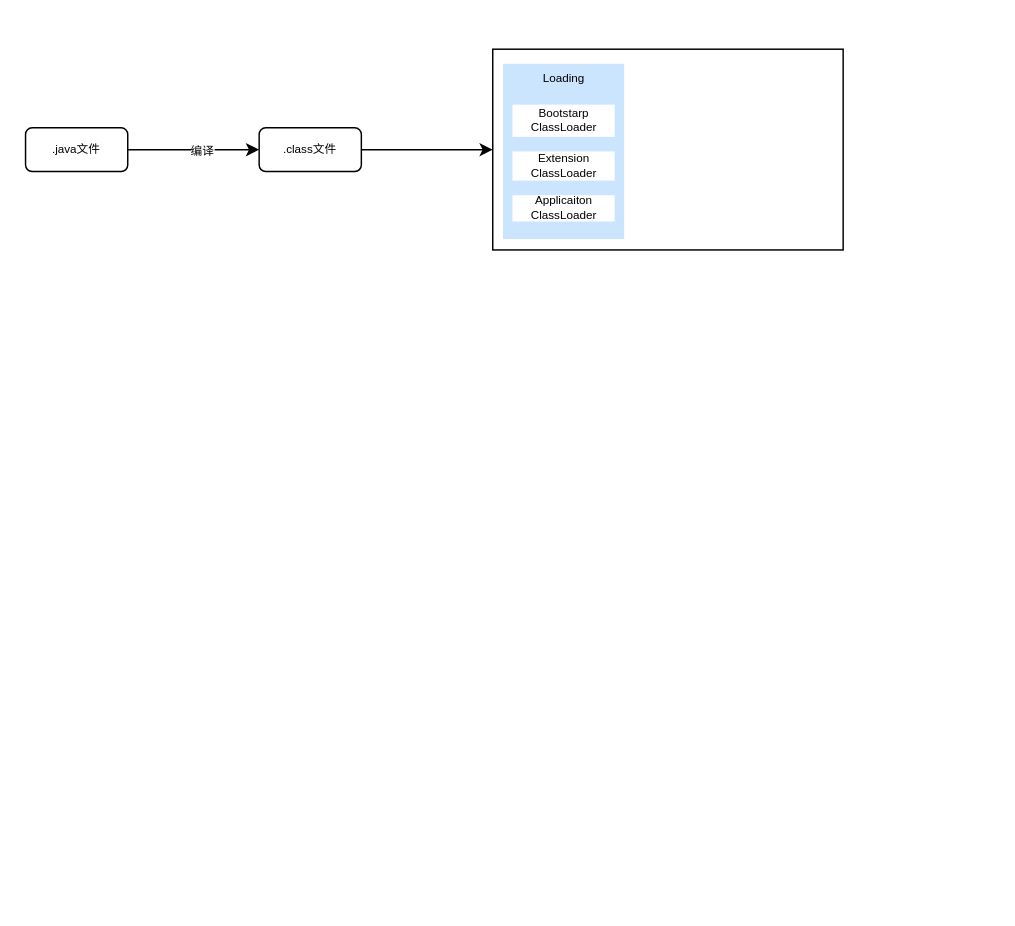
Above: 流程图/未命名绘图.drawio in AlpacaMe/Draft (draw.io), before the change. Source tidied: cells renumbered, new cells numbered last; positions are measured from the earlier drawing's top-left corner, leaving out a move shared by most shapes. Both pictures are drawn from the tidied source at 146%, with x=0, y=0 at pixel (25, 48).
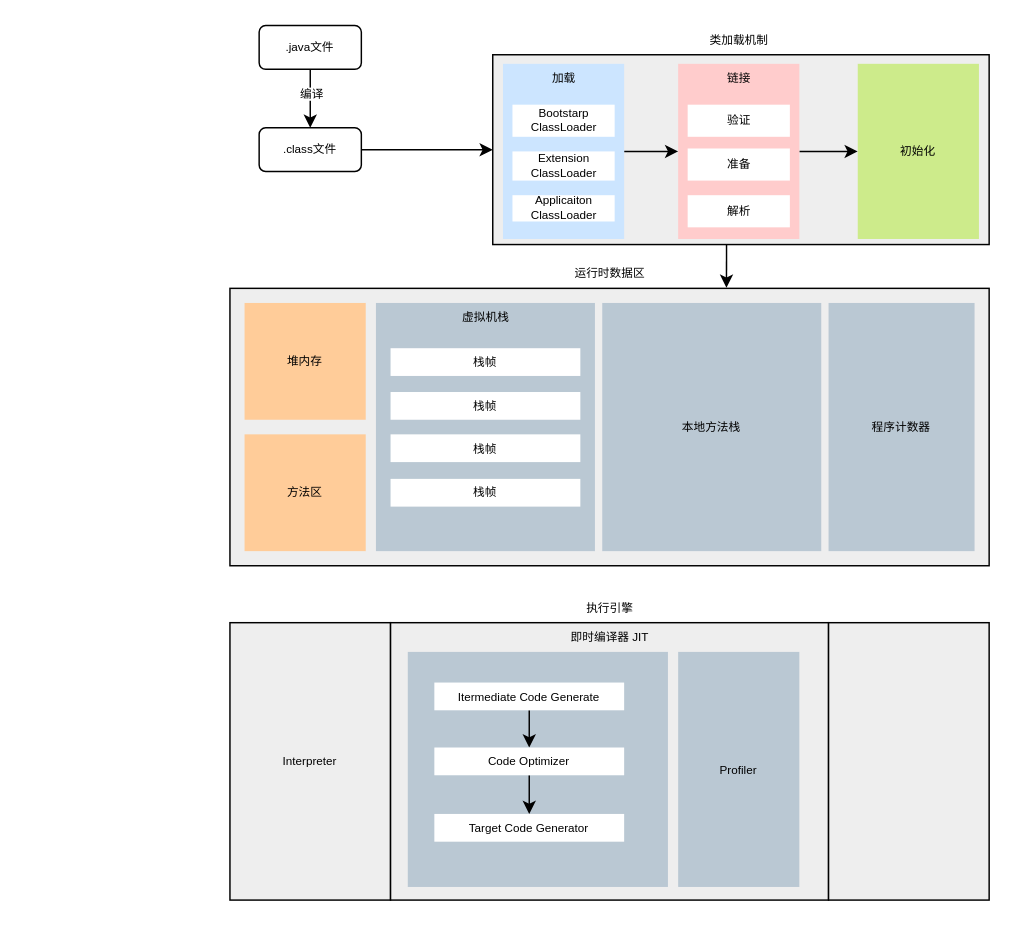
The same page after the edit.

Commit message (it also covers changes not shown here):
更新未命名绘图.drawio

The change refers to these unchanged cells:
```xml
<mxCell id="6" value=".class文件" style="rounded=1;whiteSpace=wrap;html=1;fontSize=8;" parent="1" vertex="1">
  <mxGeometry x="160" y="54" width="70" height="30" as="geometry" />
</mxCell>
<mxCell id="8" style="rounded=0;whiteSpace=wrap;html=1;fontSize=8;fillColor=#cce5ff;strokeColor=none;" parent="1" vertex="1">
  <mxGeometry x="327" y="10.2" width="83" height="120" as="geometry" />
</mxCell>
```

The edit, as a diff of the source:
```diff
@@
+    <mxCell id="13" style="edgeStyle=orthogonalEdgeStyle;rounded=0;jettySize=auto;html=1;exitX=0.471;exitY=1;exitDx=0;exitDy=0;entryX=0.654;entryY=-0.002;entryDx=0;entryDy=0;fontSize=8;entryPerimeter=0;exitPerimeter=0;" parent="1" edge="1" source="14" target="24">
+      <mxGeometry relative="1" as="geometry" />
+    </mxCell>
+    <mxCell id="14" style="rounded=0;whiteSpace=wrap;html=1;fontSize=8;fillColor=#eeeeee;strokeColor=default;" parent="1" vertex="1">
+      <mxGeometry x="320" y="4" width="340" height="130" as="geometry" />
+    </mxCell>
-    <mxCell id="2" style="edgeStyle=orthogonalEdgeStyle;rounded=0;jettySize=auto;html=1;exitX=1;exitY=0.5;exitDx=0;exitDy=0;entryX=0;entryY=0.5;entryDx=0;entryDy=0;fontSize=8;" parent="1" edge="1" source="4" target="6">
+    <mxCell id="2" style="edgeStyle=orthogonalEdgeStyle;rounded=0;jettySize=auto;html=1;exitX=0.5;exitY=1;exitDx=0;exitDy=0;entryX=0.5;entryY=0;entryDx=0;entryDy=0;fontSize=8;" parent="1" edge="1" source="4" target="6">
       <mxGeometry relative="1" as="geometry" />
     </mxCell>
     <mxCell id="3" value="编译" style="edgeLabel;html=1;align=center;verticalAlign=middle;fontSize=8;" parent="2" vertex="1">
-      <mxGeometry x="0.12" relative="1" as="geometry" />
+      <mxGeometry x="0.12" relative="1" as="geometry">
+        <mxPoint y="-6" as="offset" />
+      </mxGeometry>
     </mxCell>
     <mxCell id="4" value=".java文件" style="rounded=1;whiteSpace=wrap;html=1;fontSize=8;" parent="1" vertex="1">
-      <mxGeometry y="54" width="70" height="30" as="geometry" />
+      <mxGeometry x="160" y="-16" width="70" height="30" as="geometry" />
     </mxCell>
-    <mxCell id="5" style="edgeStyle=orthogonalEdgeStyle;rounded=0;jettySize=auto;html=1;exitX=1;exitY=0.5;exitDx=0;exitDy=0;fontSize=8;" parent="1" edge="1" source="6" target="7">
-      <mxGeometry relative="1" as="geometry" />
+    <mxCell id="5" style="edgeStyle=orthogonalEdgeStyle;rounded=0;jettySize=auto;html=1;exitX=1;exitY=0.5;exitDx=0;exitDy=0;fontSize=8;" parent="1" edge="1" source="6">
+      <mxGeometry relative="1" as="geometry">
+        <mxPoint x="320" y="69.1" as="targetPoint" />
+      </mxGeometry>
     </mxCell>
@@
-    <mxCell id="7" style="rounded=0;whiteSpace=wrap;html=1;fontSize=8;" parent="1" vertex="1">
-      <mxGeometry x="320" y="0.2" width="240" height="137.5" as="geometry" />
-    </mxCell>
+    <mxCell id="15" style="edgeStyle=orthogonalEdgeStyle;rounded=0;jettySize=auto;html=1;exitX=1;exitY=0.5;exitDx=0;exitDy=0;entryX=0;entryY=0.5;entryDx=0;entryDy=0;fontSize=8;" parent="1" edge="1" source="8" target="17">
+      <mxGeometry relative="1" as="geometry" />
+    </mxCell>
@@
-    <mxCell id="12" value="Loading" style="text;html=1;align=center;verticalAlign=middle;whiteSpace=wrap;rounded=0;fontSize=8;" parent="1" vertex="1">
+    <mxCell id="12" value="加载" style="text;html=1;align=center;verticalAlign=middle;whiteSpace=wrap;rounded=0;fontSize=8;" parent="1" vertex="1">
       <mxGeometry x="338.5" y="10.2" width="60" height="20" as="geometry" />
     </mxCell>
+    <mxCell id="16" style="edgeStyle=orthogonalEdgeStyle;rounded=0;jettySize=auto;html=1;exitX=1;exitY=0.5;exitDx=0;exitDy=0;entryX=0;entryY=0.5;entryDx=0;entryDy=0;fontSize=8;" parent="1" edge="1" source="17" target="22">
+      <mxGeometry relative="1" as="geometry" />
+    </mxCell>
+    <mxCell id="17" style="rounded=0;whiteSpace=wrap;html=1;fontSize=8;fillColor=#ffcccc;strokeColor=none;" parent="1" vertex="1">
+      <mxGeometry x="447" y="10.2" width="83" height="120" as="geometry" />
+    </mxCell>
+    <mxCell id="18" value="验证" style="rounded=0;whiteSpace=wrap;html=1;fontSize=8;strokeColor=none;" parent="1" vertex="1">
+      <mxGeometry x="453.5" y="38.2" width="70" height="22" as="geometry" />
+    </mxCell>
+    <mxCell id="19" value="准备" style="rounded=0;whiteSpace=wrap;html=1;fontSize=8;strokeColor=none;" parent="1" vertex="1">
+      <mxGeometry x="453.5" y="68.2" width="70" height="22" as="geometry" />
+    </mxCell>
+    <mxCell id="20" value="解析" style="rounded=0;whiteSpace=wrap;html=1;fontSize=8;strokeColor=none;" parent="1" vertex="1">
+      <mxGeometry x="453.5" y="100.2" width="70" height="22" as="geometry" />
+    </mxCell>
+    <mxCell id="21" value="链接" style="text;html=1;align=center;verticalAlign=middle;whiteSpace=wrap;rounded=0;fontSize=8;" parent="1" vertex="1">
+      <mxGeometry x="458.5" y="10.2" width="60" height="20" as="geometry" />
+    </mxCell>
+    <mxCell id="22" value="初始化" style="rounded=0;whiteSpace=wrap;html=1;fontSize=8;fillColor=#cdeb8b;strokeColor=none;" parent="1" vertex="1">
+      <mxGeometry x="570" y="10.2" width="83" height="120" as="geometry" />
+    </mxCell>
+    <mxCell id="23" value="类加载机制" style="text;html=1;align=center;verticalAlign=middle;whiteSpace=wrap;rounded=0;fontSize=8;" parent="1" vertex="1">
+      <mxGeometry x="453.5" y="-16" width="70" height="20" as="geometry" />
+    </mxCell>
+    <mxCell id="24" style="rounded=0;whiteSpace=wrap;html=1;fontSize=8;fillColor=#eeeeee;strokeColor=default;" parent="1" vertex="1">
+      <mxGeometry x="140" y="164" width="520" height="190" as="geometry" />
+    </mxCell>
+    <mxCell id="25" value="运行时数据区" style="text;html=1;align=center;verticalAlign=middle;whiteSpace=wrap;rounded=0;fontSize=8;" parent="1" vertex="1">
+      <mxGeometry x="361.8" y="144" width="76.5" height="20" as="geometry" />
+    </mxCell>
+    <mxCell id="26" value="堆内存" style="rounded=0;whiteSpace=wrap;html=1;fontSize=8;fillColor=#ffcc99;strokeColor=none;" parent="1" vertex="1">
+      <mxGeometry x="150" y="174" width="83" height="80" as="geometry" />
+    </mxCell>
+    <mxCell id="27" value="方法区" style="rounded=0;whiteSpace=wrap;html=1;fontSize=8;fillColor=#ffcc99;strokeColor=none;" parent="1" vertex="1">
+      <mxGeometry x="150" y="264" width="83" height="80" as="geometry" />
+    </mxCell>
+    <mxCell id="28" style="rounded=0;whiteSpace=wrap;html=1;fontSize=8;fillColor=#bac8d3;strokeColor=none;" parent="1" vertex="1">
+      <mxGeometry x="240" y="174" width="150" height="170" as="geometry" />
+    </mxCell>
+    <mxCell id="29" value="本地方法栈" style="rounded=0;whiteSpace=wrap;html=1;fontSize=8;fillColor=#bac8d3;strokeColor=none;" parent="1" vertex="1">
+      <mxGeometry x="395" y="174" width="150" height="170" as="geometry" />
+    </mxCell>
+    <mxCell id="30" value="程序计数器" style="rounded=0;whiteSpace=wrap;html=1;fontSize=8;fillColor=#bac8d3;strokeColor=none;" parent="1" vertex="1">
+      <mxGeometry x="550" y="174" width="100" height="170" as="geometry" />
+    </mxCell>
+    <mxCell id="31" value="栈帧" style="rounded=0;whiteSpace=wrap;html=1;fontSize=8;strokeColor=none;" parent="1" vertex="1">
+      <mxGeometry x="250" y="205" width="130" height="19" as="geometry" />
+    </mxCell>
+    <mxCell id="32" value="栈帧" style="rounded=0;whiteSpace=wrap;html=1;fontSize=8;strokeColor=none;" parent="1" vertex="1">
+      <mxGeometry x="250" y="235" width="130" height="19" as="geometry" />
+    </mxCell>
+    <mxCell id="33" value="栈帧" style="rounded=0;whiteSpace=wrap;html=1;fontSize=8;strokeColor=none;" parent="1" vertex="1">
+      <mxGeometry x="250" y="264" width="130" height="19" as="geometry" />
+    </mxCell>
+    <mxCell id="34" value="栈帧" style="rounded=0;whiteSpace=wrap;html=1;fontSize=8;strokeColor=none;" parent="1" vertex="1">
+      <mxGeometry x="250" y="294.5" width="130" height="19" as="geometry" />
+    </mxCell>
+    <mxCell id="35" value="虚拟机栈" style="text;html=1;align=center;verticalAlign=middle;whiteSpace=wrap;rounded=0;fontSize=8;" parent="1" vertex="1">
+      <mxGeometry x="276.8" y="174" width="76.5" height="20" as="geometry" />
+    </mxCell>
+    <mxCell id="36" value="Interpreter" style="rounded=0;whiteSpace=wrap;html=1;fontSize=8;fillColor=#eeeeee;strokeColor=default;" parent="1" vertex="1">
+      <mxGeometry x="140" y="393" width="110" height="190" as="geometry" />
+    </mxCell>
+    <mxCell id="37" style="rounded=0;whiteSpace=wrap;html=1;fontSize=8;fillColor=#eeeeee;strokeColor=default;" parent="1" vertex="1">
+      <mxGeometry x="250" y="393" width="300" height="190" as="geometry" />
+    </mxCell>
+    <mxCell id="38" style="rounded=0;whiteSpace=wrap;html=1;fontSize=8;fillColor=#eeeeee;strokeColor=default;" parent="1" vertex="1">
+      <mxGeometry x="550" y="393" width="110" height="190" as="geometry" />
+    </mxCell>
+    <mxCell id="39" value="执行引擎" style="text;html=1;align=center;verticalAlign=middle;whiteSpace=wrap;rounded=0;fontSize=8;" parent="1" vertex="1">
+      <mxGeometry x="361.8" y="373" width="76.5" height="20" as="geometry" />
+    </mxCell>
+    <mxCell id="40" value="即时编译器 JIT" style="text;html=1;align=center;verticalAlign=middle;whiteSpace=wrap;rounded=0;fontSize=8;" parent="1" vertex="1">
+      <mxGeometry x="361.8" y="393" width="76.5" height="20" as="geometry" />
+    </mxCell>
+    <mxCell id="41" style="rounded=0;whiteSpace=wrap;html=1;fontSize=8;fillColor=#bac8d3;strokeColor=none;" parent="1" vertex="1">
+      <mxGeometry x="261.8" y="413" width="178.2" height="161" as="geometry" />
+    </mxCell>
+    <mxCell id="42" value="Profiler" style="rounded=0;whiteSpace=wrap;html=1;fontSize=8;fillColor=#bac8d3;strokeColor=none;" parent="1" vertex="1">
+      <mxGeometry x="447" y="413" width="83" height="161" as="geometry" />
+    </mxCell>
+    <mxCell id="43" style="edgeStyle=orthogonalEdgeStyle;rounded=0;jettySize=auto;html=1;exitX=0.5;exitY=1;exitDx=0;exitDy=0;entryX=0.5;entryY=0;entryDx=0;entryDy=0;" parent="1" edge="1" source="44" target="46">
+      <mxGeometry relative="1" as="geometry" />
+    </mxCell>
+    <mxCell id="44" value="Itermediate Code Generate" style="rounded=0;whiteSpace=wrap;html=1;fontSize=8;strokeColor=none;" parent="1" vertex="1">
+      <mxGeometry x="280" y="434" width="130" height="19" as="geometry" />
+    </mxCell>
+    <mxCell id="45" style="edgeStyle=orthogonalEdgeStyle;rounded=0;jettySize=auto;html=1;exitX=0.5;exitY=1;exitDx=0;exitDy=0;entryX=0.5;entryY=0;entryDx=0;entryDy=0;" parent="1" edge="1" source="46" target="47">
+      <mxGeometry relative="1" as="geometry" />
+    </mxCell>
+    <mxCell id="46" value="Code Optimizer" style="rounded=0;whiteSpace=wrap;html=1;fontSize=8;strokeColor=none;" parent="1" vertex="1">
+      <mxGeometry x="280" y="478.5" width="130" height="19" as="geometry" />
+    </mxCell>
+    <mxCell id="47" value="Target Code Generator" style="rounded=0;whiteSpace=wrap;html=1;fontSize=8;strokeColor=none;" parent="1" vertex="1">
+      <mxGeometry x="280" y="524" width="130" height="19" as="geometry" />
+    </mxCell>
```
